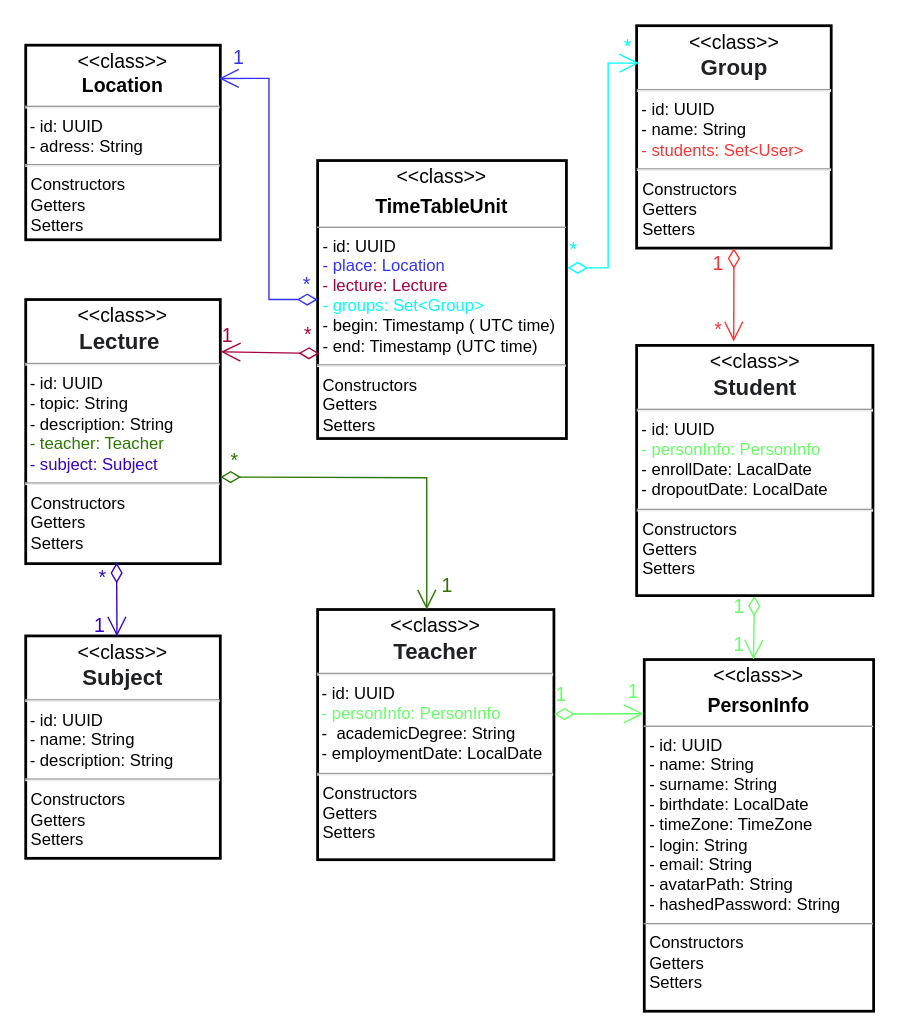
Max11mus/UMS---University-Managment-System keeps this draw.io diagram as documentation/UML/University Management System (UMS) entity diagram.drawio. Above is the earlier version. Source tidied: cells renumbered, new cells numbered last; positions are measured from the earlier drawing's top-left corner, leaving out a move shared by most shapes. Both pictures are drawn from the tidied source at 139%, with x=0, y=0 at pixel (25, 25).
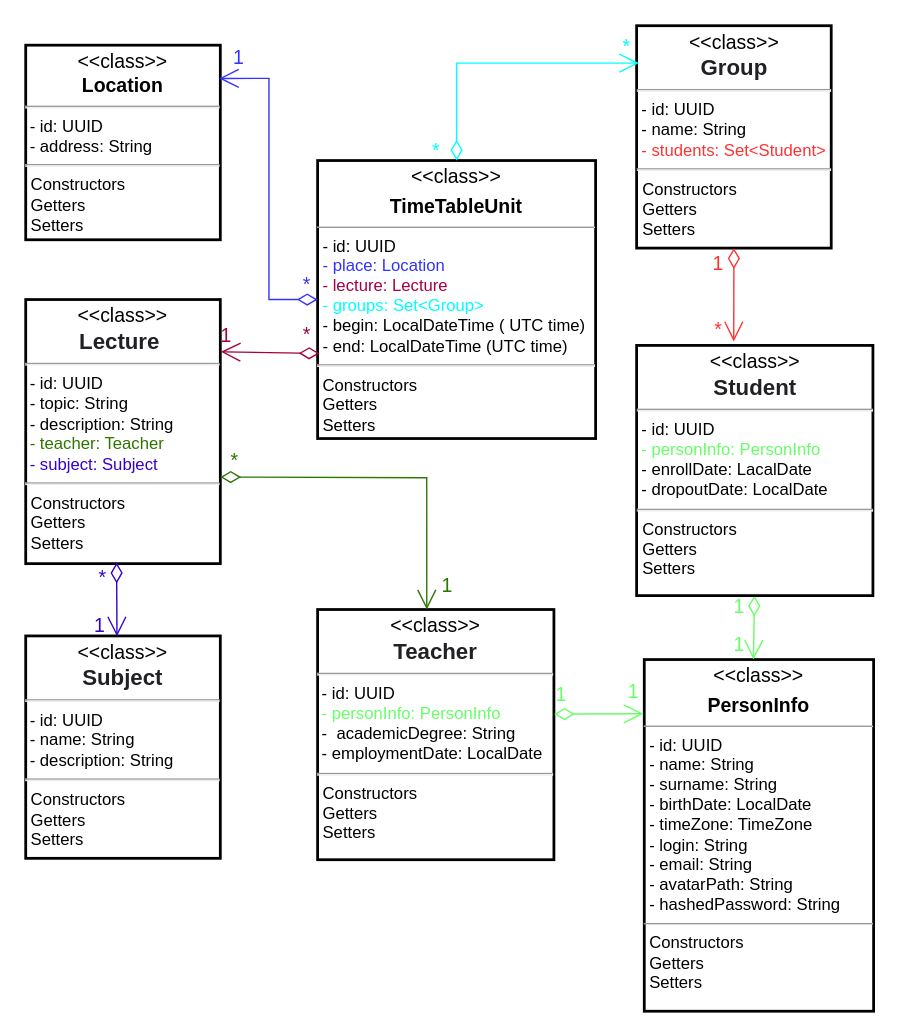
The same diagram, later.

The edit, as a diff of the source:
```diff
@@
-    <mxCell id="2" value="&lt;p style=&quot;margin: 4px 0px 0px ; text-align: center ; font-size: 14px&quot;&gt;&lt;font style=&quot;font-size: 14px&quot;&gt;&amp;lt;&amp;lt;class&amp;gt;&amp;gt;&lt;/font&gt;&lt;/p&gt;&lt;p style=&quot;margin: 4px 0px 0px ; text-align: center ; font-size: 14px&quot;&gt;&lt;b&gt;PersonInfo&lt;/b&gt;&lt;/p&gt;&lt;hr size=&quot;1&quot;&gt;&lt;p style=&quot;margin: 0px ; margin-left: 4px&quot;&gt;- id: UUID&lt;/p&gt;&lt;p style=&quot;margin: 0px ; margin-left: 4px&quot;&gt;- name: String&lt;br&gt;- surname: String&lt;/p&gt;&lt;p style=&quot;margin: 0px ; margin-left: 4px&quot;&gt;- birthdate:&amp;nbsp;LocalDate&lt;/p&gt;&lt;p style=&quot;margin: 0px ; margin-left: 4px&quot;&gt;- timeZone: TimeZone&amp;nbsp;&lt;/p&gt;&lt;p style=&quot;margin: 0px 0px 0px 4px&quot;&gt;&lt;span&gt;- login: String&lt;/span&gt;&lt;br&gt;&lt;/p&gt;&lt;p style=&quot;margin: 0px ; margin-left: 4px&quot;&gt;- email: String&lt;/p&gt;&lt;p style=&quot;margin: 0px ; margin-left: 4px&quot;&gt;- avatarPath: String&lt;/p&gt;&lt;p style=&quot;margin: 0px ; margin-left: 4px&quot;&gt;- hashedPassword: String&lt;/p&gt;&lt;hr size=&quot;1&quot;&gt;&lt;p style=&quot;margin: 0px ; margin-left: 4px&quot;&gt;Constructors&lt;/p&gt;&lt;p style=&quot;margin: 0px ; margin-left: 4px&quot;&gt;Getters&lt;/p&gt;&lt;p style=&quot;margin: 0px ; margin-left: 4px&quot;&gt;Setters&lt;/p&gt;" style="verticalAlign=top;align=left;overflow=fill;fontSize=12;fontFamily=Helvetica;html=1;rounded=0;shadow=0;comic=0;labelBackgroundColor=none;strokeWidth=2;" parent="1" vertex="1">
+    <mxCell id="2" value="&lt;p style=&quot;margin: 4px 0px 0px ; text-align: center ; font-size: 14px&quot;&gt;&lt;font style=&quot;font-size: 14px&quot;&gt;&amp;lt;&amp;lt;class&amp;gt;&amp;gt;&lt;/font&gt;&lt;/p&gt;&lt;p style=&quot;margin: 4px 0px 0px ; text-align: center ; font-size: 14px&quot;&gt;&lt;b&gt;PersonInfo&lt;/b&gt;&lt;/p&gt;&lt;hr size=&quot;1&quot;&gt;&lt;p style=&quot;margin: 0px ; margin-left: 4px&quot;&gt;- id: UUID&lt;/p&gt;&lt;p style=&quot;margin: 0px ; margin-left: 4px&quot;&gt;- name: String&lt;br&gt;- surname: String&lt;/p&gt;&lt;p style=&quot;margin: 0px ; margin-left: 4px&quot;&gt;- birthDate:&amp;nbsp;LocalDate&lt;/p&gt;&lt;p style=&quot;margin: 0px ; margin-left: 4px&quot;&gt;- timeZone: TimeZone&amp;nbsp;&lt;/p&gt;&lt;p style=&quot;margin: 0px 0px 0px 4px&quot;&gt;&lt;span&gt;- login: String&lt;/span&gt;&lt;br&gt;&lt;/p&gt;&lt;p style=&quot;margin: 0px ; margin-left: 4px&quot;&gt;- email: String&lt;/p&gt;&lt;p style=&quot;margin: 0px ; margin-left: 4px&quot;&gt;- avatarPath: String&lt;/p&gt;&lt;p style=&quot;margin: 0px ; margin-left: 4px&quot;&gt;- hashedPassword: String&lt;/p&gt;&lt;hr size=&quot;1&quot;&gt;&lt;p style=&quot;margin: 0px ; margin-left: 4px&quot;&gt;Constructors&lt;/p&gt;&lt;p style=&quot;margin: 0px ; margin-left: 4px&quot;&gt;Getters&lt;/p&gt;&lt;p style=&quot;margin: 0px ; margin-left: 4px&quot;&gt;Setters&lt;/p&gt;" style="verticalAlign=top;align=left;overflow=fill;fontSize=12;fontFamily=Helvetica;html=1;rounded=0;shadow=0;comic=0;labelBackgroundColor=none;strokeWidth=2;" parent="1" vertex="1">
       <mxGeometry x="445" y="456" width="165" height="253" as="geometry" />
     </mxCell>
-    <mxCell id="3" value="&lt;p style=&quot;margin: 4px 0px 0px; text-align: center; font-size: 14px;&quot;&gt;&lt;font style=&quot;font-size: 14px;&quot;&gt;&amp;lt;&amp;lt;class&amp;gt;&amp;gt;&lt;/font&gt;&lt;/p&gt;&lt;div style=&quot;text-align: center;&quot;&gt;&lt;span style=&quot;background-color: initial; font-size: 14px;&quot;&gt;&lt;b&gt;Location&lt;/b&gt;&lt;/span&gt;&lt;/div&gt;&lt;hr&gt;&amp;nbsp;- id: UUID&lt;br&gt;&lt;span style=&quot;background-color: initial;&quot;&gt;&amp;nbsp;- adress: String&lt;/span&gt;&lt;br&gt;&lt;hr&gt;&lt;p style=&quot;margin:0px;margin-left:4px;&quot;&gt;&lt;/p&gt;&lt;p style=&quot;margin:0px;margin-left:4px;&quot;&gt;Constructors&lt;/p&gt;&lt;p style=&quot;margin:0px;margin-left:4px;&quot;&gt;Getters&lt;/p&gt;&lt;p style=&quot;margin:0px;margin-left:4px;&quot;&gt;Setters&lt;/p&gt;" style="verticalAlign=top;align=left;overflow=fill;fontSize=12;fontFamily=Helvetica;html=1;rounded=0;shadow=0;comic=0;labelBackgroundColor=none;strokeWidth=2;" parent="1" vertex="1">
+    <mxCell id="3" value="&lt;p style=&quot;margin: 4px 0px 0px ; text-align: center ; font-size: 14px&quot;&gt;&lt;font style=&quot;font-size: 14px&quot;&gt;&amp;lt;&amp;lt;class&amp;gt;&amp;gt;&lt;/font&gt;&lt;/p&gt;&lt;div style=&quot;text-align: center&quot;&gt;&lt;span style=&quot;font-size: 14px&quot;&gt;&lt;b&gt;Location&lt;/b&gt;&lt;/span&gt;&lt;/div&gt;&lt;hr&gt;&amp;nbsp;- id: UUID&lt;br&gt;&lt;span&gt;&amp;nbsp;- address: String&lt;/span&gt;&lt;br&gt;&lt;hr&gt;&lt;p style=&quot;margin: 0px ; margin-left: 4px&quot;&gt;&lt;/p&gt;&lt;p style=&quot;margin: 0px ; margin-left: 4px&quot;&gt;Constructors&lt;/p&gt;&lt;p style=&quot;margin: 0px ; margin-left: 4px&quot;&gt;Getters&lt;/p&gt;&lt;p style=&quot;margin: 0px ; margin-left: 4px&quot;&gt;Setters&lt;/p&gt;" style="verticalAlign=top;align=left;overflow=fill;fontSize=12;fontFamily=Helvetica;html=1;rounded=0;shadow=0;comic=0;labelBackgroundColor=none;strokeWidth=2;" parent="1" vertex="1">
       <mxGeometry y="14" width="140" height="140" as="geometry" />
     </mxCell>
@@
-    <mxCell id="6" value="&lt;p style=&quot;margin: 4px 0px 0px; text-align: center; font-size: 14px;&quot;&gt;&lt;font style=&quot;font-size: 14px;&quot;&gt;&amp;lt;&amp;lt;class&amp;gt;&amp;gt;&lt;/font&gt;&lt;/p&gt;&lt;div style=&quot;text-align: center;&quot;&gt;&lt;font face=&quot;arial, sans-serif&quot; color=&quot;#202124&quot;&gt;&lt;span style=&quot;font-size: 16px; background-color: rgb(255, 255, 255);&quot;&gt;&lt;b&gt;Group&lt;/b&gt;&lt;/span&gt;&lt;/font&gt;&lt;/div&gt;&lt;hr&gt;&amp;nbsp;- id: UUID&lt;br&gt;&lt;span style=&quot;background-color: initial;&quot;&gt;&amp;nbsp;- name: String&lt;br&gt;&lt;/span&gt;&amp;nbsp;&lt;font color=&quot;#ff3333&quot;&gt;- students: Set&amp;lt;User&amp;gt;&lt;/font&gt;&lt;br&gt;&lt;hr&gt;&lt;p style=&quot;margin:0px;margin-left:4px;&quot;&gt;&lt;/p&gt;&lt;p style=&quot;margin:0px;margin-left:4px;&quot;&gt;Constructors&lt;/p&gt;&lt;p style=&quot;margin:0px;margin-left:4px;&quot;&gt;Getters&lt;/p&gt;&lt;p style=&quot;margin:0px;margin-left:4px;&quot;&gt;Setters&lt;/p&gt;" style="verticalAlign=top;align=left;overflow=fill;fontSize=12;fontFamily=Helvetica;html=1;rounded=0;shadow=0;comic=0;labelBackgroundColor=none;strokeWidth=2;" parent="1" vertex="1">
+    <mxCell id="6" value="&lt;p style=&quot;margin: 4px 0px 0px ; text-align: center ; font-size: 14px&quot;&gt;&lt;font style=&quot;font-size: 14px&quot;&gt;&amp;lt;&amp;lt;class&amp;gt;&amp;gt;&lt;/font&gt;&lt;/p&gt;&lt;div style=&quot;text-align: center&quot;&gt;&lt;font face=&quot;arial, sans-serif&quot; color=&quot;#202124&quot;&gt;&lt;span style=&quot;font-size: 16px ; background-color: rgb(255 , 255 , 255)&quot;&gt;&lt;b&gt;Group&lt;/b&gt;&lt;/span&gt;&lt;/font&gt;&lt;/div&gt;&lt;hr&gt;&amp;nbsp;- id: UUID&lt;br&gt;&lt;span&gt;&amp;nbsp;- name: String&lt;br&gt;&lt;/span&gt;&amp;nbsp;&lt;font color=&quot;#ff3333&quot;&gt;- students: Set&amp;lt;Student&amp;gt;&lt;/font&gt;&lt;br&gt;&lt;hr&gt;&lt;p style=&quot;margin: 0px ; margin-left: 4px&quot;&gt;&lt;/p&gt;&lt;p style=&quot;margin: 0px ; margin-left: 4px&quot;&gt;Constructors&lt;/p&gt;&lt;p style=&quot;margin: 0px ; margin-left: 4px&quot;&gt;Getters&lt;/p&gt;&lt;p style=&quot;margin: 0px ; margin-left: 4px&quot;&gt;Setters&lt;/p&gt;" style="verticalAlign=top;align=left;overflow=fill;fontSize=12;fontFamily=Helvetica;html=1;rounded=0;shadow=0;comic=0;labelBackgroundColor=none;strokeWidth=2;" parent="1" vertex="1">
       <mxGeometry x="439.5" width="140" height="160" as="geometry" />
     </mxCell>
-    <mxCell id="7" value="&lt;p style=&quot;margin: 4px 0px 0px ; text-align: center ; font-size: 14px&quot;&gt;&lt;font style=&quot;font-size: 14px&quot;&gt;&amp;lt;&amp;lt;class&amp;gt;&amp;gt;&lt;/font&gt;&lt;/p&gt;&lt;p style=&quot;margin: 4px 0px 0px ; text-align: center ; font-size: 14px&quot;&gt;&lt;b&gt;TimeTableUnit&lt;/b&gt;&lt;/p&gt;&lt;hr size=&quot;1&quot;&gt;&lt;p style=&quot;margin: 0px ; margin-left: 4px&quot;&gt;- id: UUID&lt;/p&gt;&lt;p style=&quot;margin: 0px ; margin-left: 4px&quot;&gt;&lt;font color=&quot;#3333ff&quot;&gt;- place: Location&lt;/font&gt;&lt;br&gt;&lt;font color=&quot;#a50040&quot;&gt;- lecture: Lecture&lt;/font&gt;&lt;/p&gt;&lt;p style=&quot;margin: 0px ; margin-left: 4px&quot;&gt;&lt;font color=&quot;#00ffff&quot;&gt;- groups: Set&amp;lt;Group&amp;gt;&lt;/font&gt;&lt;/p&gt;&lt;p style=&quot;margin: 0px ; margin-left: 4px&quot;&gt;&lt;span&gt;- begin: Timestamp ( UTC time)&lt;/span&gt;&lt;br&gt;&lt;/p&gt;&lt;p style=&quot;margin: 0px ; margin-left: 4px&quot;&gt;&lt;span&gt;- end: Timestamp (UTC time)&lt;/span&gt;&lt;br&gt;&lt;/p&gt;&lt;hr&gt;&lt;p style=&quot;margin: 0px ; margin-left: 4px&quot;&gt;&lt;/p&gt;&lt;p style=&quot;margin: 0px ; margin-left: 4px&quot;&gt;Constructors&lt;/p&gt;&lt;p style=&quot;margin: 0px ; margin-left: 4px&quot;&gt;Getters&lt;/p&gt;&lt;p style=&quot;margin: 0px ; margin-left: 4px&quot;&gt;Setters&lt;/p&gt;" style="verticalAlign=top;align=left;overflow=fill;fontSize=12;fontFamily=Helvetica;html=1;rounded=0;shadow=0;comic=0;labelBackgroundColor=none;strokeWidth=2;" parent="1" vertex="1">
-      <mxGeometry x="210" y="97" width="179" height="200" as="geometry" />
+    <mxCell id="7" value="&lt;p style=&quot;margin: 4px 0px 0px ; text-align: center ; font-size: 14px&quot;&gt;&lt;font style=&quot;font-size: 14px&quot;&gt;&amp;lt;&amp;lt;class&amp;gt;&amp;gt;&lt;/font&gt;&lt;/p&gt;&lt;p style=&quot;margin: 4px 0px 0px ; text-align: center ; font-size: 14px&quot;&gt;&lt;b&gt;TimeTableUnit&lt;/b&gt;&lt;/p&gt;&lt;hr size=&quot;1&quot;&gt;&lt;p style=&quot;margin: 0px ; margin-left: 4px&quot;&gt;- id: UUID&lt;/p&gt;&lt;p style=&quot;margin: 0px ; margin-left: 4px&quot;&gt;&lt;font color=&quot;#3333ff&quot;&gt;- place: Location&lt;/font&gt;&lt;br&gt;&lt;font color=&quot;#a50040&quot;&gt;- lecture: Lecture&lt;/font&gt;&lt;/p&gt;&lt;p style=&quot;margin: 0px ; margin-left: 4px&quot;&gt;&lt;font color=&quot;#00ffff&quot;&gt;- groups: Set&amp;lt;Group&amp;gt;&lt;/font&gt;&lt;/p&gt;&lt;p style=&quot;margin: 0px ; margin-left: 4px&quot;&gt;&lt;span&gt;- begin: LocalDateTime ( UTC time)&lt;/span&gt;&lt;br&gt;&lt;/p&gt;&lt;p style=&quot;margin: 0px ; margin-left: 4px&quot;&gt;&lt;span&gt;- end:&amp;nbsp;&lt;/span&gt;LocalDateTime&amp;nbsp;&lt;span&gt;(UTC time)&lt;/span&gt;&lt;br&gt;&lt;/p&gt;&lt;hr&gt;&lt;p style=&quot;margin: 0px ; margin-left: 4px&quot;&gt;&lt;/p&gt;&lt;p style=&quot;margin: 0px ; margin-left: 4px&quot;&gt;Constructors&lt;/p&gt;&lt;p style=&quot;margin: 0px ; margin-left: 4px&quot;&gt;Getters&lt;/p&gt;&lt;p style=&quot;margin: 0px ; margin-left: 4px&quot;&gt;Setters&lt;/p&gt;" style="verticalAlign=top;align=left;overflow=fill;fontSize=12;fontFamily=Helvetica;html=1;rounded=0;shadow=0;comic=0;labelBackgroundColor=none;strokeWidth=2;" parent="1" vertex="1">
+      <mxGeometry x="210" y="97" width="200" height="200" as="geometry" />
     </mxCell>
-    <mxCell id="8" style="rounded=0;jettySize=auto;html=1;fontSize=14;startArrow=diamondThin;startFill=0;strokeColor=#00FFFF;endSize=12;startSize=12;endArrow=open;endFill=0;exitX=1.004;exitY=0.386;exitDx=0;exitDy=0;exitPerimeter=0;entryX=0.012;entryY=0.168;entryDx=0;entryDy=0;edgeStyle=orthogonalEdgeStyle;fontColor=#99FFFF;entryPerimeter=0;" parent="1" edge="1" source="7" target="6">
-      <mxGeometry relative="1" as="geometry">
-        <Array as="points">
-          <mxPoint x="419" y="174" />
-          <mxPoint x="419" y="27" />
-        </Array>
-      </mxGeometry>
+    <mxCell id="8" style="rounded=0;jettySize=auto;html=1;fontSize=14;startArrow=diamondThin;startFill=0;strokeColor=#00FFFF;endSize=12;startSize=12;endArrow=open;endFill=0;entryX=0.012;entryY=0.168;entryDx=0;entryDy=0;fontColor=#99FFFF;entryPerimeter=0;exitX=0.5;exitY=0;exitDx=0;exitDy=0;edgeStyle=orthogonalEdgeStyle;" parent="1" edge="1" source="7" target="6">
+      <mxGeometry relative="1" as="geometry" />
     </mxCell>
     <mxCell id="9" value="*" style="edgeLabel;html=1;align=center;verticalAlign=middle;fontSize=14;fontColor=#00FFFF;labelBackgroundColor=none;rounded=0;" parent="8" vertex="1">
       <mxGeometry x="0.79" y="1" relative="1" as="geometry">
-        <mxPoint x="-27" y="135" as="offset" />
+        <mxPoint x="-125" y="64" as="offset" />
       </mxGeometry>
     </mxCell>
```
